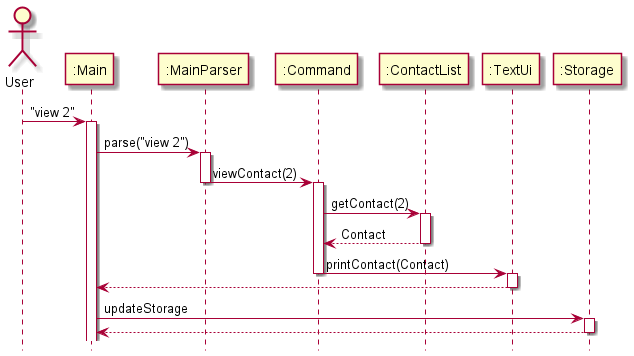
Before: docs/images/SystemArchitectureSequence.png, a diagram exported from PlantUML (nus-cs2113-AY2122S1/tp).
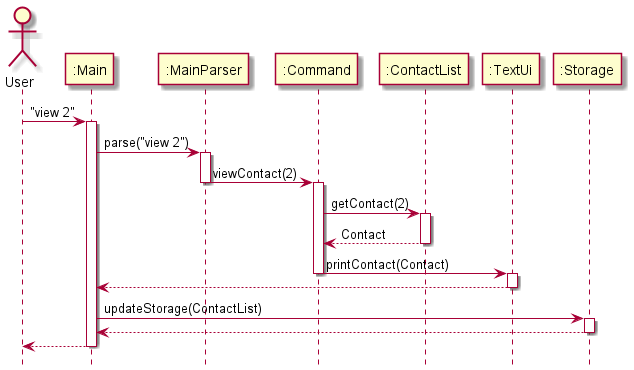
Later version of the same file.

The edit, as a diff of the source:
```diff
@@ -29,9 +29,12 @@
 activate ui
 ui --> main
 deactivate ui
-main-> store : updateStorage
+main-> store : updateStorage(ContactList)
 activate store
 store --> main
 deactivate store
 
+main --> user
+deactivate main
+
 @enduml
```
